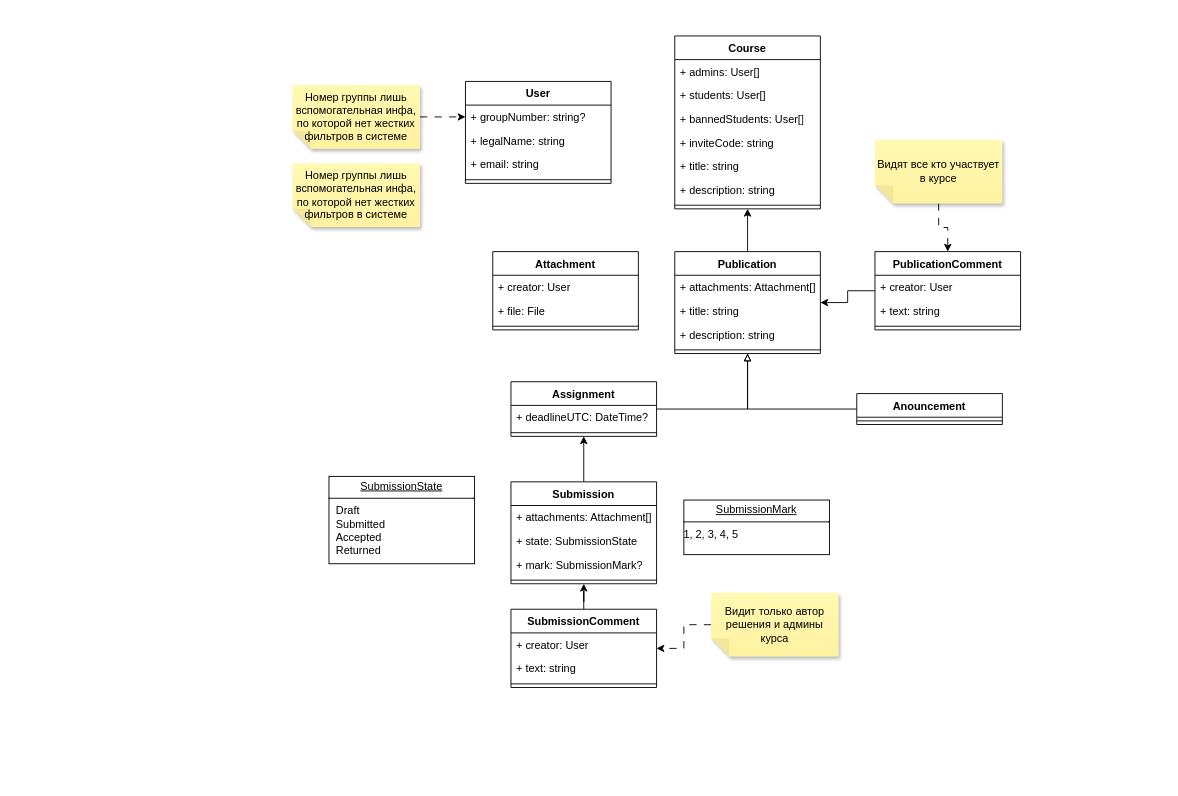
IvanKobtsev/hits-class keeps this draw.io diagram as docs/diagrams/class_diagram.drawio. Above is the earlier version. Source tidied: cells renumbered, new cells numbered last; positions are measured from the earlier drawing's top-left corner, leaving out a move shared by most shapes. Both pictures are drawn from the tidied source at 91%, with x=0, y=0 at pixel (292, 35).
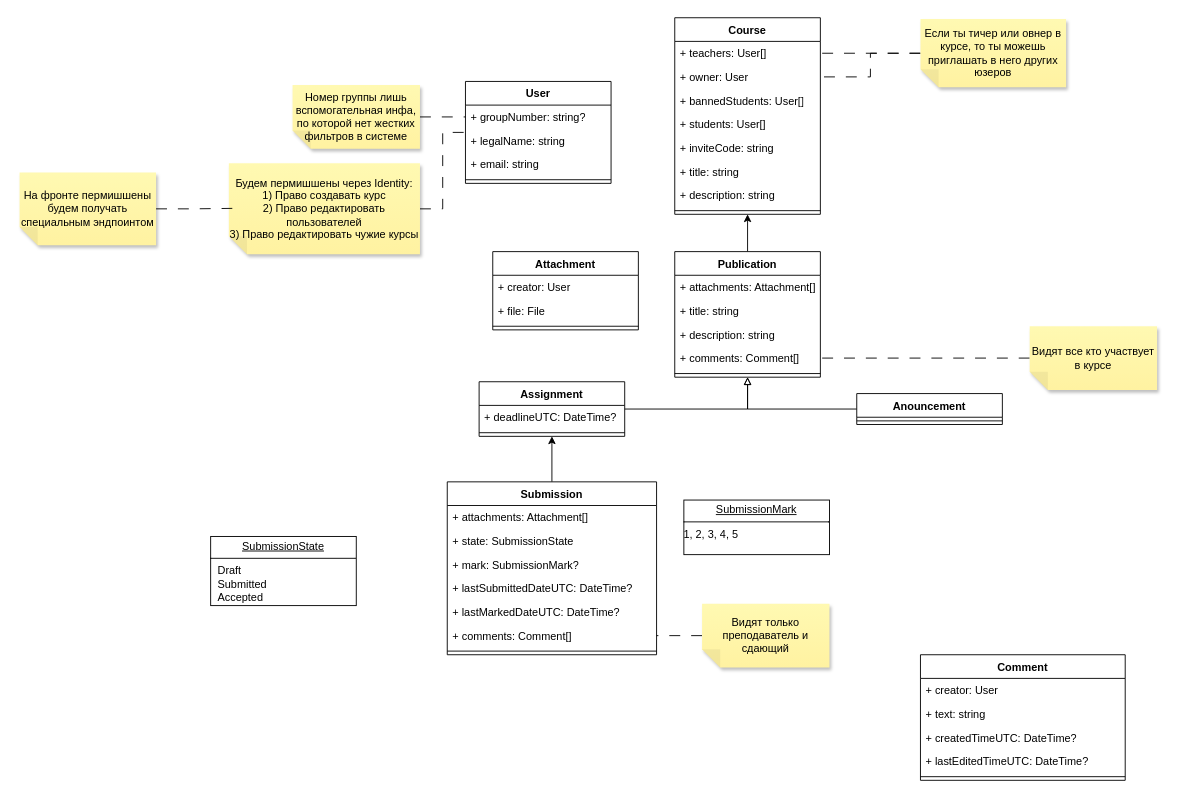
Above is the later version.

Commit message (it also covers changes not shown here):
Updated class_diagram; Added links.txt with links to diagrams.

The change refers to these unchanged cells:
```xml
<mxCell id="2" value="User" style="swimlane;fontStyle=1;align=center;verticalAlign=top;horizontal=1;startSize=26;whiteSpace=wrap;html=1;" parent="1" vertex="1">
  <mxGeometry x="190" y="50" width="160" height="112" as="geometry" />
</mxCell>
<mxCell id="3" value="+ groupNumber: string?" style="text;strokeColor=none;fillColor=none;align=left;verticalAlign=top;spacingLeft=4;spacingRight=4;overflow=hidden;points=[[0,0.5],[1,0.5]];portConstraint=eastwest;whiteSpace=wrap;html=1;" parent="2" vertex="1">
  <mxGeometry y="26" width="160" height="26" as="geometry" />
</mxCell>
<mxCell id="53" value="Номер группы лишь вспомогательная инфа, по которой нет жестких фильтров в системе" style="shape=note;whiteSpace=wrap;html=1;backgroundOutline=1;fontColor=#000000;darkOpacity=0.05;fillColor=#FFF9B2;strokeColor=none;fillStyle=solid;direction=west;gradientDirection=north;gradientColor=#FFF2A1;shadow=1;size=20;" parent="1" vertex="1">
  <mxGeometry y="54" width="140" height="70" as="geometry" />
</mxCell>
```

The edit, as a diff of the source:
```diff
@@
     <mxCell id="7" value="&lt;div&gt;Course&lt;/div&gt;" style="swimlane;fontStyle=1;align=center;verticalAlign=top;horizontal=1;startSize=26;whiteSpace=wrap;html=1;" parent="1" vertex="1">
-      <mxGeometry x="420" width="160" height="190" as="geometry" />
+      <mxGeometry x="420" y="-20" width="160" height="216" as="geometry" />
     </mxCell>
-    <mxCell id="8" value="+ admins: User[]" style="text;strokeColor=none;fillColor=none;align=left;verticalAlign=top;spacingLeft=4;spacingRight=4;overflow=hidden;points=[[0,0.5],[1,0.5]];portConstraint=eastwest;whiteSpace=wrap;html=1;" parent="7" vertex="1">
+    <mxCell id="8" value="+ teachers: User[]" style="text;strokeColor=none;fillColor=none;align=left;verticalAlign=top;spacingLeft=4;spacingRight=4;overflow=hidden;points=[[0,0.5],[1,0.5]];portConstraint=eastwest;whiteSpace=wrap;html=1;" parent="7" vertex="1">
       <mxGeometry y="26" width="160" height="26" as="geometry" />
     </mxCell>
+    <mxCell id="57" value="+ owner: User" style="text;strokeColor=none;fillColor=none;align=left;verticalAlign=top;spacingLeft=4;spacingRight=4;overflow=hidden;points=[[0,0.5],[1,0.5]];portConstraint=eastwest;whiteSpace=wrap;html=1;" parent="7" vertex="1">
+      <mxGeometry y="52" width="160" height="26" as="geometry" />
+    </mxCell>
+    <mxCell id="10" value="+ bannedStudents: User[]" style="text;strokeColor=none;fillColor=none;align=left;verticalAlign=top;spacingLeft=4;spacingRight=4;overflow=hidden;whiteSpace=wrap;html=1;" parent="7" vertex="1">
+      <mxGeometry y="78" width="160" height="26" as="geometry" />
+    </mxCell>
     <mxCell id="9" value="+ students: User[]" style="text;strokeColor=none;fillColor=none;align=left;verticalAlign=top;spacingLeft=4;spacingRight=4;overflow=hidden;whiteSpace=wrap;html=1;" parent="7" vertex="1">
-      <mxGeometry y="52" width="160" height="26" as="geometry" />
+      <mxGeometry y="104" width="160" height="26" as="geometry" />
     </mxCell>
-    <mxCell id="10" value="+ bannedStudents: User[]" style="text;strokeColor=none;fillColor=none;align=left;verticalAlign=top;spacingLeft=4;spacingRight=4;overflow=hidden;whiteSpace=wrap;html=1;" parent="7" vertex="1">
-      <mxGeometry y="78" width="160" height="26" as="geometry" />
-    </mxCell>
     <mxCell id="11" value="+ inviteCode: string" style="text;strokeColor=none;fillColor=none;align=left;verticalAlign=top;spacingLeft=4;spacingRight=4;overflow=hidden;whiteSpace=wrap;html=1;" parent="7" vertex="1">
-      <mxGeometry y="104" width="160" height="26" as="geometry" />
+      <mxGeometry y="130" width="160" height="26" as="geometry" />
     </mxCell>
     <mxCell id="12" value="+ title: string" style="text;strokeColor=none;fillColor=none;align=left;verticalAlign=top;spacingLeft=4;spacingRight=4;overflow=hidden;whiteSpace=wrap;html=1;" parent="7" vertex="1">
-      <mxGeometry y="130" width="160" height="26" as="geometry" />
+      <mxGeometry y="156" width="160" height="26" as="geometry" />
     </mxCell>
     <mxCell id="13" value="+ description: string" style="text;strokeColor=none;fillColor=none;align=left;verticalAlign=top;spacingLeft=4;spacingRight=4;overflow=hidden;whiteSpace=wrap;html=1;" parent="7" vertex="1">
-      <mxGeometry y="156" width="160" height="26" as="geometry" />
+      <mxGeometry y="182" width="160" height="26" as="geometry" />
     </mxCell>
     <mxCell id="14" style="line;strokeWidth=1;fillColor=none;align=left;verticalAlign=middle;spacingTop=-1;spacingLeft=3;spacingRight=3;labelPosition=right;strokeColor=inherit;" parent="7" vertex="1">
-      <mxGeometry y="182" width="160" height="8" as="geometry" />
+      <mxGeometry y="208" width="160" height="8" as="geometry" />
     </mxCell>
@@
     <mxCell id="16" value="&lt;div&gt;Assignment&lt;/div&gt;" style="swimlane;fontStyle=1;align=center;verticalAlign=top;horizontal=1;startSize=26;whiteSpace=wrap;html=1;" parent="1" vertex="1">
-      <mxGeometry x="240" y="380" width="160" height="60" as="geometry" />
+      <mxGeometry x="205" y="380" width="160" height="60" as="geometry" />
     </mxCell>
@@
     <mxCell id="23" value="&lt;div&gt;Publication&lt;/div&gt;" style="swimlane;fontStyle=1;align=center;verticalAlign=top;horizontal=1;startSize=26;whiteSpace=wrap;html=1;" parent="1" vertex="1">
-      <mxGeometry x="420" y="237" width="160" height="112" as="geometry" />
+      <mxGeometry x="420" y="237" width="160" height="138" as="geometry" />
     </mxCell>
@@
+    <mxCell id="58" value="+ comments: Comment[]" style="text;strokeColor=none;fillColor=none;align=left;verticalAlign=top;spacingLeft=4;spacingRight=4;overflow=hidden;points=[[0,0.5],[1,0.5]];portConstraint=eastwest;whiteSpace=wrap;html=1;" parent="23" vertex="1">
+      <mxGeometry y="104" width="160" height="26" as="geometry" />
+    </mxCell>
     <mxCell id="27" style="line;strokeWidth=1;fillColor=none;align=left;verticalAlign=middle;spacingTop=-1;spacingLeft=3;spacingRight=3;labelPosition=right;strokeColor=inherit;" parent="23" vertex="1">
-      <mxGeometry y="104" width="160" height="8" as="geometry" />
+      <mxGeometry y="130" width="160" height="8" as="geometry" />
     </mxCell>
@@
     <mxCell id="29" value="&lt;div&gt;Submission&lt;/div&gt;" style="swimlane;fontStyle=1;align=center;verticalAlign=top;horizontal=1;startSize=26;whiteSpace=wrap;html=1;" parent="1" vertex="1">
-      <mxGeometry x="240" y="490" width="160" height="112" as="geometry" />
+      <mxGeometry x="170" y="490" width="230" height="190" as="geometry" />
     </mxCell>
     <mxCell id="30" value="+ attachments: Attachment[]" style="text;strokeColor=none;fillColor=none;align=left;verticalAlign=top;spacingLeft=4;spacingRight=4;overflow=hidden;whiteSpace=wrap;html=1;" parent="29" vertex="1">
-      <mxGeometry y="26" width="160" height="26" as="geometry" />
+      <mxGeometry y="26" width="230" height="26" as="geometry" />
     </mxCell>
     <mxCell id="31" value="+ state: SubmissionState" style="text;strokeColor=none;fillColor=none;align=left;verticalAlign=top;spacingLeft=4;spacingRight=4;overflow=hidden;whiteSpace=wrap;html=1;" parent="29" vertex="1">
-      <mxGeometry y="52" width="160" height="26" as="geometry" />
+      <mxGeometry y="52" width="230" height="26" as="geometry" />
     </mxCell>
     <mxCell id="32" value="+ mark: SubmissionMark?" style="text;strokeColor=none;fillColor=none;align=left;verticalAlign=top;spacingLeft=4;spacingRight=4;overflow=hidden;whiteSpace=wrap;html=1;" parent="29" vertex="1">
-      <mxGeometry y="78" width="160" height="26" as="geometry" />
+      <mxGeometry y="78" width="230" height="26" as="geometry" />
     </mxCell>
+    <mxCell id="59" value="+ lastSubmittedDateUTC: DateTime?" style="text;strokeColor=none;fillColor=none;align=left;verticalAlign=top;spacingLeft=4;spacingRight=4;overflow=hidden;whiteSpace=wrap;html=1;" parent="29" vertex="1">
+      <mxGeometry y="104" width="230" height="26" as="geometry" />
+    </mxCell>
+    <mxCell id="60" value="+ lastMarkedDateUTC: DateTime?" style="text;strokeColor=none;fillColor=none;align=left;verticalAlign=top;spacingLeft=4;spacingRight=4;overflow=hidden;whiteSpace=wrap;html=1;" parent="29" vertex="1">
+      <mxGeometry y="130" width="230" height="26" as="geometry" />
+    </mxCell>
+    <mxCell id="61" value="+ comments: Comment[]" style="text;strokeColor=none;fillColor=none;align=left;verticalAlign=top;spacingLeft=4;spacingRight=4;overflow=hidden;points=[[0,0.5],[1,0.5]];portConstraint=eastwest;whiteSpace=wrap;html=1;" parent="29" vertex="1">
+      <mxGeometry y="156" width="230" height="26" as="geometry" />
+    </mxCell>
     <mxCell id="33" style="line;strokeWidth=1;fillColor=none;align=left;verticalAlign=middle;spacingTop=-1;spacingLeft=3;spacingRight=3;labelPosition=right;strokeColor=inherit;" parent="29" vertex="1">
-      <mxGeometry y="104" width="160" height="8" as="geometry" />
+      <mxGeometry y="182" width="230" height="8" as="geometry" />
     </mxCell>
@@
-    <mxCell id="38" style="edgeStyle=orthogonalEdgeStyle;rounded=0;jettySize=auto;html=1;" parent="1" edge="1" source="39" target="23">
-      <mxGeometry relative="1" as="geometry" />
-    </mxCell>
-    <mxCell id="39" value="PublicationComment" style="swimlane;fontStyle=1;align=center;verticalAlign=top;horizontal=1;startSize=26;whiteSpace=wrap;html=1;" parent="1" vertex="1">
-      <mxGeometry x="640" y="237" width="160" height="86" as="geometry" />
-    </mxCell>
-    <mxCell id="40" value="+ creator: User" style="text;strokeColor=none;fillColor=none;align=left;verticalAlign=top;spacingLeft=4;spacingRight=4;overflow=hidden;whiteSpace=wrap;html=1;" parent="39" vertex="1">
-      <mxGeometry y="26" width="160" height="26" as="geometry" />
-    </mxCell>
-    <mxCell id="41" value="+ text: string" style="text;strokeColor=none;fillColor=none;align=left;verticalAlign=top;spacingLeft=4;spacingRight=4;overflow=hidden;whiteSpace=wrap;html=1;" parent="39" vertex="1">
-      <mxGeometry y="52" width="160" height="26" as="geometry" />
-    </mxCell>
-    <mxCell id="42" style="line;strokeWidth=1;fillColor=none;align=left;verticalAlign=middle;spacingTop=-1;spacingLeft=3;spacingRight=3;labelPosition=right;strokeColor=inherit;" parent="39" vertex="1">
-      <mxGeometry y="78" width="160" height="8" as="geometry" />
-    </mxCell>
-    <mxCell id="43" style="edgeStyle=orthogonalEdgeStyle;rounded=0;jettySize=auto;html=1;" parent="1" edge="1" source="44" target="29">
-      <mxGeometry relative="1" as="geometry" />
-    </mxCell>
-    <mxCell id="44" value="SubmissionComment" style="swimlane;fontStyle=1;align=center;verticalAlign=top;horizontal=1;startSize=26;whiteSpace=wrap;html=1;" parent="1" vertex="1">
-      <mxGeometry x="240" y="630" width="160" height="86" as="geometry" />
-    </mxCell>
-    <mxCell id="45" value="+ creator: User" style="text;strokeColor=none;fillColor=none;align=left;verticalAlign=top;spacingLeft=4;spacingRight=4;overflow=hidden;whiteSpace=wrap;html=1;" parent="44" vertex="1">
-      <mxGeometry y="26" width="160" height="26" as="geometry" />
-    </mxCell>
-    <mxCell id="46" value="+ text: string" style="text;strokeColor=none;fillColor=none;align=left;verticalAlign=top;spacingLeft=4;spacingRight=4;overflow=hidden;whiteSpace=wrap;html=1;" parent="44" vertex="1">
-      <mxGeometry y="52" width="160" height="26" as="geometry" />
-    </mxCell>
-    <mxCell id="47" style="line;strokeWidth=1;fillColor=none;align=left;verticalAlign=middle;spacingTop=-1;spacingLeft=3;spacingRight=3;labelPosition=right;strokeColor=inherit;" parent="44" vertex="1">
-      <mxGeometry y="78" width="160" height="8" as="geometry" />
-    </mxCell>
-    <mxCell id="48" style="edgeStyle=orthogonalEdgeStyle;rounded=0;jettySize=auto;html=1;dashed=1;dashPattern=8 8;" parent="1" edge="1" source="49" target="44">
-      <mxGeometry relative="1" as="geometry" />
-    </mxCell>
-    <mxCell id="49" value="Видит только автор решения и админы курса" style="shape=note;whiteSpace=wrap;html=1;backgroundOutline=1;fontColor=#000000;darkOpacity=0.05;fillColor=#FFF9B2;strokeColor=none;fillStyle=solid;direction=west;gradientDirection=north;gradientColor=#FFF2A1;shadow=1;size=20;" parent="1" vertex="1">
-      <mxGeometry x="460" y="612" width="140" height="70" as="geometry" />
-    </mxCell>
-    <mxCell id="50" style="edgeStyle=orthogonalEdgeStyle;rounded=0;jettySize=auto;html=1;dashed=1;dashPattern=8 8;" parent="1" edge="1" source="51" target="39">
-      <mxGeometry relative="1" as="geometry" />
-    </mxCell>
+    <mxCell id="62" style="edgeStyle=orthogonalEdgeStyle;rounded=0;jettySize=auto;html=1;entryX=1;entryY=0.5;entryDx=0;entryDy=0;dashed=1;dashPattern=12 12;endArrow=none;endFill=0;" parent="1" edge="1" source="51" target="58">
+      <mxGeometry relative="1" as="geometry" />
+    </mxCell>
     <mxCell id="51" value="Видят все кто участвует в курсе" style="shape=note;whiteSpace=wrap;html=1;backgroundOutline=1;fontColor=#000000;darkOpacity=0.05;fillColor=#FFF9B2;strokeColor=none;fillStyle=solid;direction=west;gradientDirection=north;gradientColor=#FFF2A1;shadow=1;size=20;" parent="1" vertex="1">
-      <mxGeometry x="640" y="114" width="140" height="70" as="geometry" />
+      <mxGeometry x="810" y="319" width="140" height="70" as="geometry" />
     </mxCell>
-    <mxCell id="52" style="edgeStyle=orthogonalEdgeStyle;rounded=0;jettySize=auto;html=1;dashed=1;dashPattern=8 8;" parent="1" edge="1" source="53" target="3">
+    <mxCell id="52" style="edgeStyle=orthogonalEdgeStyle;rounded=0;jettySize=auto;html=1;dashed=1;dashPattern=12 12;endArrow=none;endFill=0;" parent="1" edge="1" source="53" target="3">
       <mxGeometry relative="1" as="geometry" />
     </mxCell>
@@
-    <mxCell id="54" value="&lt;p style=&quot;margin: 4px 0px 0px; text-align: center; text-decoration: underline;&quot;&gt;SubmissionState&lt;/p&gt;&lt;hr size=&quot;1&quot; style=&quot;border-style:solid;&quot;&gt;&lt;p style=&quot;margin:0px;margin-left:8px;&quot;&gt;Draft&lt;/p&gt;&lt;p style=&quot;margin:0px;margin-left:8px;&quot;&gt;Submitted&lt;/p&gt;&lt;p style=&quot;margin:0px;margin-left:8px;&quot;&gt;Accepted&lt;/p&gt;&lt;p style=&quot;margin:0px;margin-left:8px;&quot;&gt;Returned&lt;/p&gt;" style="verticalAlign=top;align=left;overflow=fill;html=1;whiteSpace=wrap;" parent="1" vertex="1">
-      <mxGeometry x="40" y="484" width="160" height="96" as="geometry" />
+    <mxCell id="54" value="&lt;p style=&quot;margin: 4px 0px 0px; text-align: center; text-decoration: underline;&quot;&gt;SubmissionState&lt;/p&gt;&lt;hr size=&quot;1&quot; style=&quot;border-style:solid;&quot;&gt;&lt;p style=&quot;margin:0px;margin-left:8px;&quot;&gt;Draft&lt;/p&gt;&lt;p style=&quot;margin:0px;margin-left:8px;&quot;&gt;Submitted&lt;/p&gt;&lt;p style=&quot;margin:0px;margin-left:8px;&quot;&gt;Accepted&lt;/p&gt;" style="verticalAlign=top;align=left;overflow=fill;html=1;whiteSpace=wrap;" parent="1" vertex="1">
+      <mxGeometry x="-90" y="550" width="160" height="76" as="geometry" />
     </mxCell>
@@
+    <mxCell id="63" style="edgeStyle=orthogonalEdgeStyle;rounded=0;jettySize=auto;html=1;dashed=1;dashPattern=12 12;endArrow=none;endFill=0;" parent="1" edge="1" source="56" target="2">
+      <mxGeometry relative="1" as="geometry" />
+    </mxCell>
-    <mxCell id="56" value="Номер группы лишь вспомогательная инфа, по которой нет жестких фильтров в системе" style="shape=note;whiteSpace=wrap;html=1;backgroundOutline=1;fontColor=#000000;darkOpacity=0.05;fillColor=#FFF9B2;strokeColor=none;fillStyle=solid;direction=west;gradientDirection=north;gradientColor=#FFF2A1;shadow=1;size=20;" parent="1" vertex="1">
-      <mxGeometry y="140" width="140" height="70" as="geometry" />
+    <mxCell id="56" value="Будем пермишшены через Identity:&lt;br&gt;&lt;div&gt;1) Право создавать курс&lt;/div&gt;&lt;div&gt;2) Право редактировать пользователей&lt;br&gt;3) Право редактировать чужие курсы&lt;/div&gt;" style="shape=note;whiteSpace=wrap;html=1;backgroundOutline=1;fontColor=#000000;darkOpacity=0.05;fillColor=#FFF9B2;strokeColor=none;fillStyle=solid;direction=west;gradientDirection=north;gradientColor=#FFF2A1;shadow=1;size=20;" parent="1" vertex="1">
+      <mxGeometry x="-70" y="140" width="210" height="100" as="geometry" />
     </mxCell>
+    <mxCell id="64" value="Comment" style="swimlane;fontStyle=1;align=center;verticalAlign=top;horizontal=1;startSize=26;whiteSpace=wrap;html=1;" parent="1" vertex="1">
+      <mxGeometry x="690" y="680" width="225" height="138" as="geometry" />
+    </mxCell>
+    <mxCell id="65" value="+ creator: User" style="text;strokeColor=none;fillColor=none;align=left;verticalAlign=top;spacingLeft=4;spacingRight=4;overflow=hidden;whiteSpace=wrap;html=1;" parent="64" vertex="1">
+      <mxGeometry y="26" width="225" height="26" as="geometry" />
+    </mxCell>
+    <mxCell id="66" value="+ text: string" style="text;strokeColor=none;fillColor=none;align=left;verticalAlign=top;spacingLeft=4;spacingRight=4;overflow=hidden;whiteSpace=wrap;html=1;" parent="64" vertex="1">
+      <mxGeometry y="52" width="225" height="26" as="geometry" />
+    </mxCell>
+    <mxCell id="67" value="+ createdTimeUTC: DateTime?" style="text;strokeColor=none;fillColor=none;align=left;verticalAlign=top;spacingLeft=4;spacingRight=4;overflow=hidden;whiteSpace=wrap;html=1;" parent="64" vertex="1">
+      <mxGeometry y="78" width="225" height="26" as="geometry" />
+    </mxCell>
+    <mxCell id="68" value="+ lastEditedTimeUTC: DateTime?" style="text;strokeColor=none;fillColor=none;align=left;verticalAlign=top;spacingLeft=4;spacingRight=4;overflow=hidden;whiteSpace=wrap;html=1;" parent="64" vertex="1">
+      <mxGeometry y="104" width="225" height="26" as="geometry" />
+    </mxCell>
+    <mxCell id="69" style="line;strokeWidth=1;fillColor=none;align=left;verticalAlign=middle;spacingTop=-1;spacingLeft=3;spacingRight=3;labelPosition=right;strokeColor=inherit;" parent="64" vertex="1">
+      <mxGeometry y="130" width="225" height="8" as="geometry" />
+    </mxCell>
+    <mxCell id="70" style="edgeStyle=orthogonalEdgeStyle;rounded=0;jettySize=auto;html=1;entryX=1;entryY=0.5;entryDx=0;entryDy=0;dashed=1;dashPattern=12 12;endArrow=none;endFill=0;" parent="1" edge="1" source="71" target="61">
+      <mxGeometry relative="1" as="geometry" />
+    </mxCell>
+    <mxCell id="71" value="Видят только преподаватель и сдающий" style="shape=note;whiteSpace=wrap;html=1;backgroundOutline=1;fontColor=#000000;darkOpacity=0.05;fillColor=#FFF9B2;strokeColor=none;fillStyle=solid;direction=west;gradientDirection=north;gradientColor=#FFF2A1;shadow=1;size=20;" parent="1" vertex="1">
+      <mxGeometry x="450" y="624" width="140" height="70" as="geometry" />
+    </mxCell>
+    <mxCell id="72" value="На фронте пермишшены будем получать специальным эндпоинтом" style="shape=note;whiteSpace=wrap;html=1;backgroundOutline=1;fontColor=#000000;darkOpacity=0.05;fillColor=#FFF9B2;strokeColor=none;fillStyle=solid;direction=west;gradientDirection=north;gradientColor=#FFF2A1;shadow=1;size=20;" parent="1" vertex="1">
+      <mxGeometry x="-300" y="150" width="150" height="80" as="geometry" />
+    </mxCell>
+    <mxCell id="73" style="edgeStyle=orthogonalEdgeStyle;rounded=0;jettySize=auto;html=1;entryX=0.982;entryY=0.505;entryDx=0;entryDy=0;entryPerimeter=0;endArrow=none;endFill=0;dashed=1;dashPattern=12 12;" parent="1" edge="1" source="72" target="56">
+      <mxGeometry relative="1" as="geometry" />
+    </mxCell>
+    <mxCell id="74" style="edgeStyle=orthogonalEdgeStyle;rounded=0;jettySize=auto;html=1;entryX=1;entryY=0.5;entryDx=0;entryDy=0;endArrow=none;endFill=0;dashed=1;dashPattern=12 12;" parent="1" edge="1" source="76" target="8">
+      <mxGeometry relative="1" as="geometry" />
+    </mxCell>
+    <mxCell id="75" style="edgeStyle=orthogonalEdgeStyle;rounded=0;jettySize=auto;html=1;entryX=1;entryY=0.5;entryDx=0;entryDy=0;endArrow=none;endFill=0;dashed=1;dashPattern=12 12;" parent="1" edge="1" source="76" target="57">
+      <mxGeometry relative="1" as="geometry" />
+    </mxCell>
+    <mxCell id="76" value="Если ты тичер или овнер в курсе, то ты можешь приглашать в него других юзеров" style="shape=note;whiteSpace=wrap;html=1;backgroundOutline=1;fontColor=#000000;darkOpacity=0.05;fillColor=#FFF9B2;strokeColor=none;fillStyle=solid;direction=west;gradientDirection=north;gradientColor=#FFF2A1;shadow=1;size=20;" parent="1" vertex="1">
+      <mxGeometry x="690" y="-18.5" width="160" height="75" as="geometry" />
+    </mxCell>
```
